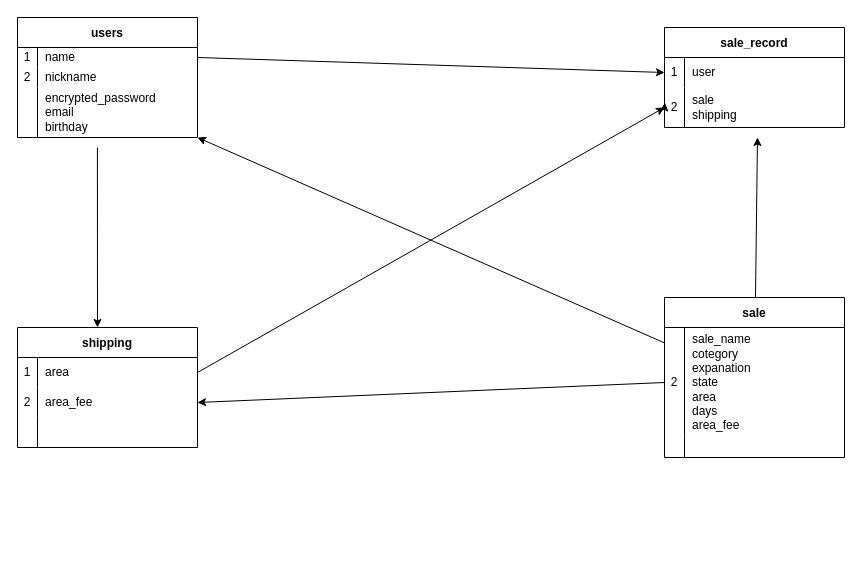
Above: furima.dio in waiwaitarou/furima-41380 (draw.io), before the change. Source tidied: cells renumbered, new cells numbered last; positions are measured from the earlier drawing's top-left corner, leaving out a move shared by most shapes. Both pictures are drawn from the tidied source at 100%, with x=0, y=0 at pixel (17, 17).
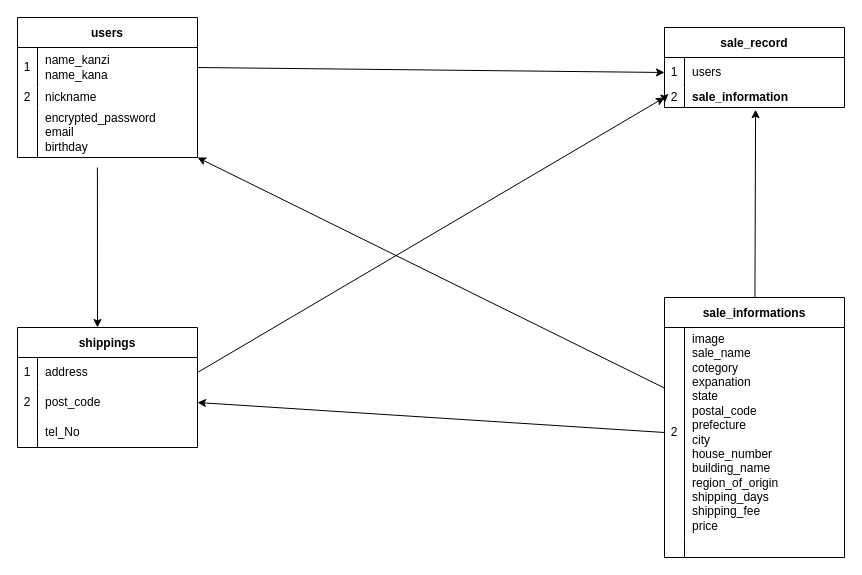
After the change.

The change refers to these unchanged cells:
```xml
<mxCell id="21" style="shape=tableRow;horizontal=0;startSize=0;swimlaneHead=0;swimlaneBody=0;top=0;left=0;bottom=0;right=0;fillColor=none;points=[[0,0.5],[1,0.5]];portConstraint=eastwest;" parent="20" vertex="1">
  <mxGeometry y="30" width="180" height="30" as="geometry" />
</mxCell>
<mxCell id="29" style="shape=tableRow;horizontal=0;startSize=0;swimlaneHead=0;swimlaneBody=0;top=0;left=0;bottom=0;right=0;fillColor=none;points=[[0,0.5],[1,0.5]];portConstraint=eastwest;" parent="28" vertex="1">
  <mxGeometry y="30" width="180" height="30" as="geometry" />
</mxCell>
<mxCell id="32" style="shape=tableRow;horizontal=0;startSize=0;swimlaneHead=0;swimlaneBody=0;top=0;left=0;bottom=0;right=0;fillColor=none;points=[[0,0.5],[1,0.5]];portConstraint=eastwest;" parent="28" vertex="1">
  <mxGeometry y="60" width="180" height="30" as="geometry" />
</mxCell>
<mxCell id="35" style="shape=tableRow;horizontal=0;startSize=0;swimlaneHead=0;swimlaneBody=0;top=0;left=0;bottom=0;right=0;fillColor=none;" parent="28" vertex="1">
  <mxGeometry y="90" width="180" height="30" as="geometry" />
</mxCell>
```

Change to the diagram source:
```diff
@@
     <mxCell id="2" value="users" style="shape=table;startSize=30;childLayout=tableLayout;rowLines=0;fontStyle=1;" parent="1" vertex="1">
-      <mxGeometry width="180" height="120" as="geometry" />
+      <mxGeometry width="180" height="140" as="geometry" />
     </mxCell>
     <mxCell id="3" style="shape=tableRow;horizontal=0;startSize=0;swimlaneHead=0;swimlaneBody=0;top=0;left=0;bottom=0;right=0;fillColor=none;points=[[0,0.5],[1,0.5]];portConstraint=eastwest;" parent="2" vertex="1">
-      <mxGeometry y="30" width="180" height="20" as="geometry" />
+      <mxGeometry y="30" width="180" height="40" as="geometry" />
     </mxCell>
     <mxCell id="4" value="1" style="shape=partialRectangle;html=1;whiteSpace=wrap;fillColor=none;top=0;left=0;bottom=0;right=0;overflow=hidden;" parent="3" vertex="1">
-      <mxGeometry width="20" height="20" as="geometry" />
+      <mxGeometry width="20" height="40" as="geometry" />
     </mxCell>
-    <mxCell id="5" value="name" style="shape=partialRectangle;html=1;whiteSpace=wrap;fillColor=none;top=0;left=0;bottom=0;right=0;align=left;spacingLeft=6;overflow=hidden;" parent="3" vertex="1">
-      <mxGeometry x="20" width="160" height="20" as="geometry" />
+    <mxCell id="5" value="name_kanzi&lt;br&gt;name_kana" style="shape=partialRectangle;html=1;whiteSpace=wrap;fillColor=none;top=0;left=0;bottom=0;right=0;align=left;spacingLeft=6;overflow=hidden;" parent="3" vertex="1">
+      <mxGeometry x="20" width="160" height="40" as="geometry" />
     </mxCell>
     <mxCell id="6" style="shape=tableRow;horizontal=0;startSize=0;swimlaneHead=0;swimlaneBody=0;top=0;left=0;bottom=0;right=0;fillColor=none;" parent="2" vertex="1">
-      <mxGeometry y="50" width="180" height="20" as="geometry" />
+      <mxGeometry y="70" width="180" height="20" as="geometry" />
     </mxCell>
@@
     <mxCell id="9" style="shape=tableRow;horizontal=0;startSize=0;swimlaneHead=0;swimlaneBody=0;top=0;left=0;bottom=0;right=0;fillColor=none;points=[[0,0.5],[1,0.5]];portConstraint=eastwest;" parent="2" vertex="1">
-      <mxGeometry y="70" width="180" height="50" as="geometry" />
+      <mxGeometry y="90" width="180" height="50" as="geometry" />
     </mxCell>
@@
-    <mxCell id="11" value="encrypted_password&lt;br&gt;email&lt;br&gt;birthday&lt;br&gt;" style="shape=partialRectangle;html=1;whiteSpace=wrap;fillColor=none;top=0;left=0;bottom=0;right=0;align=left;spacingLeft=6;overflow=hidden;" parent="9" vertex="1">
+    <mxCell id="11" value="encrypted_password&lt;br&gt;email&lt;br&gt;birthday" style="shape=partialRectangle;html=1;whiteSpace=wrap;fillColor=none;top=0;left=0;bottom=0;right=0;align=left;spacingLeft=6;overflow=hidden;" parent="9" vertex="1">
       <mxGeometry x="20" width="160" height="50" as="geometry" />
     </mxCell>
-    <mxCell id="12" style="edgeStyle=none;html=1;" parent="1" edge="1" source="13">
-      <mxGeometry relative="1" as="geometry">
-        <mxPoint x="740" y="120" as="targetPoint" />
-      </mxGeometry>
+    <mxCell id="12" style="edgeStyle=none;html=1;entryX=0.506;entryY=1.11;entryDx=0;entryDy=0;entryPerimeter=0;" parent="1" edge="1" source="13" target="25">
+      <mxGeometry relative="1" as="geometry" />
     </mxCell>
-    <mxCell id="13" value="sale" style="shape=table;startSize=30;childLayout=tableLayout;rowLines=0;fontStyle=1;" parent="1" vertex="1">
-      <mxGeometry x="647" y="280" width="180" height="160" as="geometry" />
+    <mxCell id="13" value="sale_informations" style="shape=table;startSize=30;childLayout=tableLayout;rowLines=0;fontStyle=1;" parent="1" vertex="1">
+      <mxGeometry x="647" y="280" width="180" height="260" as="geometry" />
     </mxCell>
     <mxCell id="14" style="shape=tableRow;horizontal=0;startSize=0;swimlaneHead=0;swimlaneBody=0;top=0;left=0;bottom=0;right=0;fillColor=none;points=[[0,0.5],[1,0.5]];portConstraint=eastwest;" parent="13" vertex="1">
-      <mxGeometry y="30" width="180" height="110" as="geometry" />
+      <mxGeometry y="30" width="180" height="210" as="geometry" />
     </mxCell>
     <mxCell id="15" value="2" style="shape=partialRectangle;html=1;whiteSpace=wrap;fillColor=none;top=0;left=0;bottom=0;right=0;overflow=hidden;" parent="14" vertex="1">
-      <mxGeometry width="20" height="110" as="geometry" />
+      <mxGeometry width="20" height="210" as="geometry" />
     </mxCell>
-    <mxCell id="16" value="sale_name&lt;br&gt;cotegory&lt;br&gt;expanation&lt;br&gt;state&lt;br&gt;area&lt;br&gt;days&lt;br&gt;area_fee" style="shape=partialRectangle;html=1;whiteSpace=wrap;fillColor=none;top=0;left=0;bottom=0;right=0;align=left;spacingLeft=6;overflow=hidden;" parent="14" vertex="1">
-      <mxGeometry x="20" width="160" height="110" as="geometry" />
+    <mxCell id="16" value="image&lt;br&gt;sale_name&lt;br&gt;cotegory&lt;br&gt;expanation&lt;br&gt;state&lt;br&gt;postal_code&lt;br&gt;prefecture&lt;br&gt;city&lt;br&gt;house_number&lt;br&gt;building_name&lt;br&gt;region_of_origin&lt;br&gt;shipping_days&lt;br&gt;shipping_fee&lt;br&gt;price" style="shape=partialRectangle;html=1;whiteSpace=wrap;fillColor=none;top=0;left=0;bottom=0;right=0;align=left;spacingLeft=6;overflow=hidden;" parent="14" vertex="1">
+      <mxGeometry x="20" width="160" height="210" as="geometry" />
     </mxCell>
     <mxCell id="17" style="shape=tableRow;horizontal=0;startSize=0;swimlaneHead=0;swimlaneBody=0;top=0;left=0;bottom=0;right=0;fillColor=none;" parent="13" vertex="1">
-      <mxGeometry y="140" width="180" height="20" as="geometry" />
+      <mxGeometry y="240" width="180" height="20" as="geometry" />
     </mxCell>
@@
     <mxCell id="20" value="sale_record" style="shape=table;startSize=30;childLayout=tableLayout;rowLines=0;fontStyle=1;" parent="1" vertex="1">
-      <mxGeometry x="647" y="10" width="180" height="100" as="geometry" />
+      <mxGeometry x="647" y="10" width="180" height="80" as="geometry" />
     </mxCell>
@@
-    <mxCell id="23" value="user" style="shape=partialRectangle;html=1;whiteSpace=wrap;fillColor=none;top=0;left=0;bottom=0;right=0;align=left;spacingLeft=6;overflow=hidden;" parent="21" vertex="1">
+    <mxCell id="23" value="users" style="shape=partialRectangle;html=1;whiteSpace=wrap;fillColor=none;top=0;left=0;bottom=0;right=0;align=left;spacingLeft=6;overflow=hidden;" parent="21" vertex="1">
       <mxGeometry x="20" width="160" height="30" as="geometry" />
     </mxCell>
@@
     <mxCell id="25" style="shape=tableRow;horizontal=0;startSize=0;swimlaneHead=0;swimlaneBody=0;top=0;left=0;bottom=0;right=0;fillColor=none;points=[[0,0.5],[1,0.5]];portConstraint=eastwest;" parent="20" vertex="1">
-      <mxGeometry y="60" width="180" height="40" as="geometry" />
+      <mxGeometry y="60" width="180" height="20" as="geometry" />
     </mxCell>
     <mxCell id="26" value="2" style="shape=partialRectangle;html=1;whiteSpace=wrap;fillColor=none;top=0;left=0;bottom=0;right=0;overflow=hidden;" parent="25" vertex="1">
-      <mxGeometry width="20" height="40" as="geometry" />
+      <mxGeometry width="20" height="20" as="geometry" />
     </mxCell>
-    <mxCell id="27" value="sale&lt;br&gt;shipping" style="shape=partialRectangle;html=1;whiteSpace=wrap;fillColor=none;top=0;left=0;bottom=0;right=0;align=left;spacingLeft=6;overflow=hidden;" parent="25" vertex="1">
-      <mxGeometry x="20" width="160" height="40" as="geometry" />
+    <mxCell id="27" value="&lt;span style=&quot;font-weight: 700; text-align: center;&quot;&gt;sale_information&lt;/span&gt;" style="shape=partialRectangle;html=1;whiteSpace=wrap;fillColor=none;top=0;left=0;bottom=0;right=0;align=left;spacingLeft=6;overflow=hidden;" parent="25" vertex="1">
+      <mxGeometry x="20" width="160" height="20" as="geometry" />
     </mxCell>
-    <mxCell id="28" value="shipping" style="shape=table;startSize=30;childLayout=tableLayout;rowLines=0;fontStyle=1;" parent="1" vertex="1">
+    <mxCell id="28" value="shippings" style="shape=table;startSize=30;childLayout=tableLayout;rowLines=0;fontStyle=1;" parent="1" vertex="1">
       <mxGeometry y="310" width="180" height="120" as="geometry" />
     </mxCell>
@@
-    <mxCell id="31" value="area" style="shape=partialRectangle;html=1;whiteSpace=wrap;fillColor=none;top=0;left=0;bottom=0;right=0;align=left;spacingLeft=6;overflow=hidden;" parent="29" vertex="1">
+    <mxCell id="31" value="address" style="shape=partialRectangle;html=1;whiteSpace=wrap;fillColor=none;top=0;left=0;bottom=0;right=0;align=left;spacingLeft=6;overflow=hidden;" parent="29" vertex="1">
       <mxGeometry x="20" width="160" height="30" as="geometry" />
     </mxCell>
@@
-    <mxCell id="34" value="area_fee" style="shape=partialRectangle;html=1;whiteSpace=wrap;fillColor=none;top=0;left=0;bottom=0;right=0;align=left;spacingLeft=6;overflow=hidden;" parent="32" vertex="1">
+    <mxCell id="34" value="post_code" style="shape=partialRectangle;html=1;whiteSpace=wrap;fillColor=none;top=0;left=0;bottom=0;right=0;align=left;spacingLeft=6;overflow=hidden;" parent="32" vertex="1">
       <mxGeometry x="20" width="160" height="30" as="geometry" />
     </mxCell>
@@
-    <mxCell id="37" style="shape=partialRectangle;html=1;whiteSpace=wrap;fillColor=none;top=0;left=0;bottom=0;right=0;align=left;spacingLeft=6;overflow=hidden;" parent="35" vertex="1">
+    <mxCell id="37" value="tel_No" style="shape=partialRectangle;html=1;whiteSpace=wrap;fillColor=none;top=0;left=0;bottom=0;right=0;align=left;spacingLeft=6;overflow=hidden;" parent="35" vertex="1">
       <mxGeometry x="20" width="160" height="30" as="geometry" />
     </mxCell>
```
